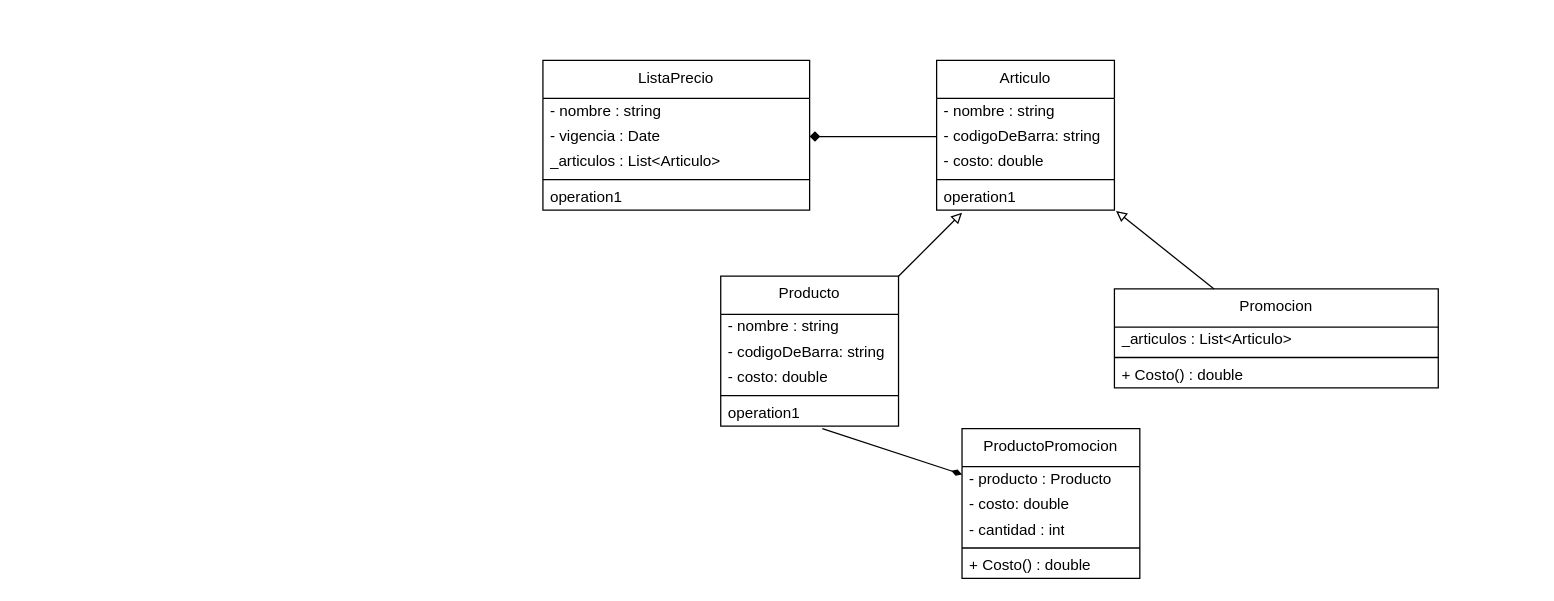
Before: clase_10/marketing.dio in EdgarSteinberg/programacion-2-repaso, a draw.io diagram. Source tidied: cells renumbered, new cells numbered last; positions are measured from the earlier drawing's top-left corner, leaving out a move shared by most shapes. Both pictures are drawn from the tidied source at 127%, with x=0, y=0 at pixel (542, 60).
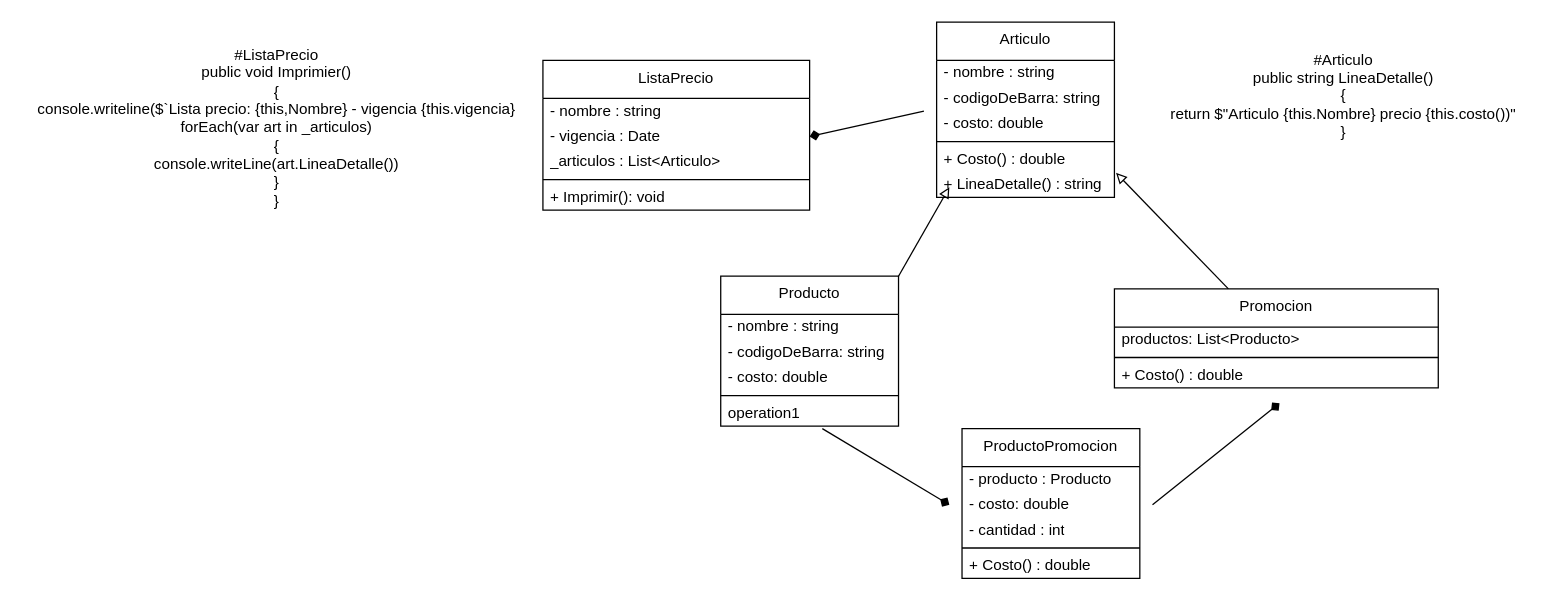
The same diagram, later.

Commit message:
actualizando diagrama

The change refers to these unchanged cells:
```xml
<mxCell id="2" value="Promocion" style="swimlane;fontStyle=0;align=center;verticalAlign=top;horizontal=1;startSize=30;html=1;whiteSpace=wrap;" parent="1" vertex="1">
  <mxGeometry x="450" y="180" width="255" height="78" as="geometry" />
</mxCell>
<mxCell id="8" value="- codigoDeBarra: string" style="text;html=1;strokeColor=none;fillColor=none;align=left;verticalAlign=middle;spacingLeft=4;spacingRight=4;overflow=hidden;points=[[0,0.5],[1,0.5]];portConstraint=eastwest;whiteSpace=wrap;" parent="6" vertex="1">
  <mxGeometry y="50" width="140" height="20" as="geometry" />
</mxCell>
<mxCell id="12" value="ListaPrecio" style="swimlane;fontStyle=0;align=center;verticalAlign=top;horizontal=1;startSize=30;html=1;whiteSpace=wrap;" parent="1" vertex="1">
  <mxGeometry width="210" height="118" as="geometry" />
</mxCell>
<mxCell id="14" value="- vigencia : Date" style="text;html=1;strokeColor=none;fillColor=none;align=left;verticalAlign=middle;spacingLeft=4;spacingRight=4;overflow=hidden;points=[[0,0.5],[1,0.5]];portConstraint=eastwest;whiteSpace=wrap;" parent="12" vertex="1">
  <mxGeometry y="50" width="210" height="20" as="geometry" />
</mxCell>
<mxCell id="28" value="ProductoPromocion" style="swimlane;fontStyle=0;align=center;verticalAlign=top;horizontal=1;startSize=30;html=1;whiteSpace=wrap;" parent="1" vertex="1">
  <mxGeometry x="330" y="290" width="140" height="118" as="geometry" />
</mxCell>
```

Diff of the diagram source:
```diff
@@
-    <mxCell id="3" value="_articulos : List&amp;lt;Articulo&amp;gt;" style="text;html=1;strokeColor=none;fillColor=none;align=left;verticalAlign=middle;spacingLeft=4;spacingRight=4;overflow=hidden;whiteSpace=wrap;" parent="2" vertex="1">
+    <mxCell id="3" value="productos: List&amp;lt;Producto&amp;gt;" style="text;html=1;strokeColor=none;fillColor=none;align=left;verticalAlign=middle;spacingLeft=4;spacingRight=4;overflow=hidden;whiteSpace=wrap;" parent="2" vertex="1">
       <mxGeometry y="30" width="255" height="20" as="geometry" />
     </mxCell>
@@
     <mxCell id="6" value="Articulo" style="swimlane;fontStyle=0;align=center;verticalAlign=top;horizontal=1;startSize=30;html=1;whiteSpace=wrap;" parent="1" vertex="1">
-      <mxGeometry x="310" width="140" height="118" as="geometry" />
+      <mxGeometry x="310" y="-30" width="140" height="138" as="geometry" />
     </mxCell>
@@
-    <mxCell id="11" value="operation1" style="text;html=1;strokeColor=none;fillColor=none;align=left;verticalAlign=middle;spacingLeft=4;spacingRight=4;overflow=hidden;points=[[0,0.5],[1,0.5]];portConstraint=eastwest;whiteSpace=wrap;" parent="6" vertex="1">
+    <mxCell id="11" value="+ Costo() : double" style="text;html=1;strokeColor=none;fillColor=none;align=left;verticalAlign=middle;spacingLeft=4;spacingRight=4;overflow=hidden;points=[[0,0.5],[1,0.5]];portConstraint=eastwest;whiteSpace=wrap;" parent="6" vertex="1">
       <mxGeometry y="98" width="140" height="20" as="geometry" />
     </mxCell>
+    <mxCell id="34" value="+ LineaDetalle() : string" style="text;html=1;strokeColor=none;fillColor=none;align=left;verticalAlign=middle;spacingLeft=4;spacingRight=4;overflow=hidden;whiteSpace=wrap;" parent="6" vertex="1">
+      <mxGeometry y="118" width="140" height="20" as="geometry" />
+    </mxCell>
@@
-    <mxCell id="17" value="operation1" style="text;html=1;strokeColor=none;fillColor=none;align=left;verticalAlign=middle;spacingLeft=4;spacingRight=4;overflow=hidden;whiteSpace=wrap;" parent="12" vertex="1">
+    <mxCell id="17" value="+ Imprimir(): void" style="text;html=1;strokeColor=none;fillColor=none;align=left;verticalAlign=middle;spacingLeft=4;spacingRight=4;overflow=hidden;whiteSpace=wrap;" parent="12" vertex="1">
       <mxGeometry y="98" width="210" height="20" as="geometry" />
     </mxCell>
-    <mxCell id="18" style="edgeStyle=none;html=1;entryX=1;entryY=0.5;entryDx=0;entryDy=0;endArrow=diamond;endFill=1;" parent="1" edge="1" source="8" target="14">
-      <mxGeometry relative="1" as="geometry" />
+    <mxCell id="18" style="edgeStyle=none;html=1;entryX=1;entryY=0.5;entryDx=0;entryDy=0;endArrow=diamond;endFill=1;" parent="1" edge="1" target="14">
+      <mxGeometry relative="1" as="geometry">
+        <mxPoint x="300" y="40" as="sourcePoint" />
+      </mxGeometry>
     </mxCell>
@@
-    <mxCell id="25" style="edgeStyle=none;html=1;entryX=0.143;entryY=1.1;entryDx=0;entryDy=0;entryPerimeter=0;endArrow=block;endFill=0;" parent="1" edge="1" target="11">
+    <mxCell id="25" style="edgeStyle=none;html=1;endArrow=block;endFill=0;" parent="1" edge="1">
       <mxGeometry relative="1" as="geometry">
         <mxPoint x="280" y="170" as="sourcePoint" />
+        <mxPoint x="320" y="100" as="targetPoint" />
       </mxGeometry>
     </mxCell>
@@
-    <mxCell id="27" style="edgeStyle=none;html=1;endArrow=none;endFill=0;startArrow=diamondThin;startFill=1;" parent="1" edge="1" source="28">
+    <mxCell id="27" style="edgeStyle=none;html=1;endArrow=none;endFill=0;startArrow=diamond;startFill=1;" parent="1" edge="1">
       <mxGeometry relative="1" as="geometry">
+        <mxPoint x="320" y="350" as="sourcePoint" />
         <mxPoint x="220" y="290" as="targetPoint" />
       </mxGeometry>
     </mxCell>
@@
+    <mxCell id="35" style="edgeStyle=none;html=1;endArrow=diamond;endFill=1;" parent="28" edge="1">
+      <mxGeometry relative="1" as="geometry">
+        <mxPoint x="150" y="60" as="sourcePoint" />
+        <mxPoint x="250" y="-20" as="targetPoint" />
+      </mxGeometry>
+    </mxCell>
@@
+    <mxCell id="36" value="#ListaPrecio&lt;div&gt;public void Imprimier()&lt;/div&gt;&lt;div&gt;{&lt;/div&gt;&lt;div&gt;console.writeline($`Lista precio: {this,Nombre} - vigencia {this.vigencia}&lt;/div&gt;&lt;div&gt;forEach(var art in _articulos)&lt;/div&gt;&lt;div&gt;{&lt;/div&gt;&lt;div&gt;console.writeLine(art.LineaDetalle())&lt;br&gt;&lt;/div&gt;&lt;div&gt;}&lt;/div&gt;&lt;div&gt;}&lt;/div&gt;" style="text;html=1;align=center;verticalAlign=middle;strokeColor=none;fillColor=none;" parent="1" vertex="1">
+      <mxGeometry x="-410" y="-17" width="400" height="140" as="geometry" />
+    </mxCell>
+    <mxCell id="37" value="#Articulo&lt;div&gt;public string LineaDetalle()&lt;/div&gt;&lt;div&gt;{&lt;/div&gt;&lt;div&gt;return $&quot;Articulo {this.Nombre} precio {this.costo())&quot;&lt;/div&gt;&lt;div&gt;}&lt;/div&gt;" style="text;html=1;align=center;verticalAlign=middle;strokeColor=none;fillColor=none;" parent="1" vertex="1">
+      <mxGeometry x="480" y="-17" width="300" height="90" as="geometry" />
+    </mxCell>
```
